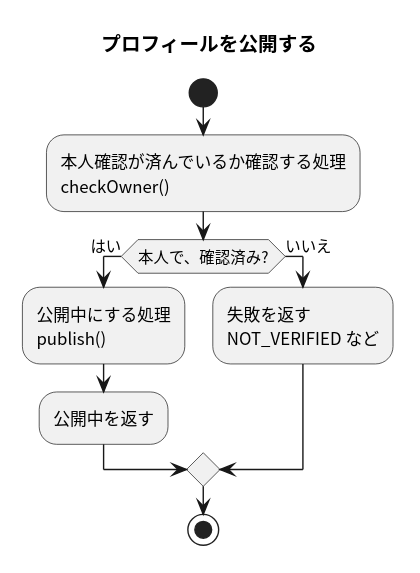
Above: apis/publish-profile/flow.svg in masamasamasato/design-doc-template (PlantUML), before the change. Its source is kept beside it as apis/publish-profile/flow.puml. Its diagram source:
```plantuml
@startuml
skinparam shadowing false
skinparam defaultFontName "Noto Sans CJK JP"
skinparam ActivityFontName "Noto Sans CJK JP"

title プロフィールを公開する

start
:本人確認が済んでいるか確認する処理\ncheckOwner();
if (本人で、確認済み?) then (はい)
  :公開中にする処理\npublish();
  :公開中を返す;
else (いいえ)
  :失敗を返す\nNOT_VERIFIED など;
endif
stop
@enduml
```
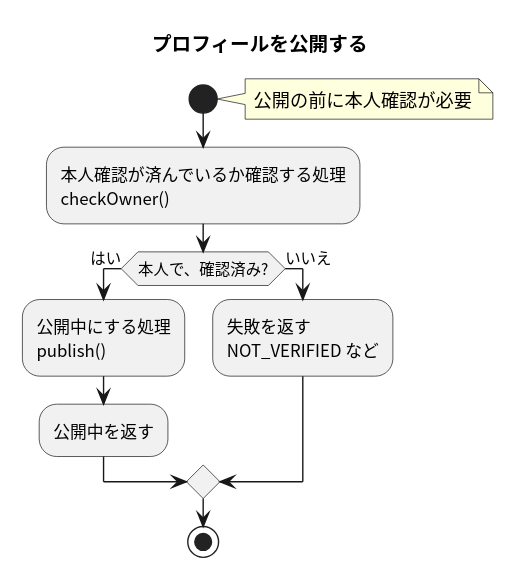
The same diagram one commit later.

Commit message:
公開処理の図に注記を追加 (#1)

What changed in the source:
```diff
@@ -6,6 +6,7 @@
 title プロフィールを公開する
 
 start
+note right: 公開の前に本人確認が必要
 :本人確認が済んでいるか確認する処理\ncheckOwner();
 if (本人で、確認済み?) then (はい)
   :公開中にする処理\npublish();
```
